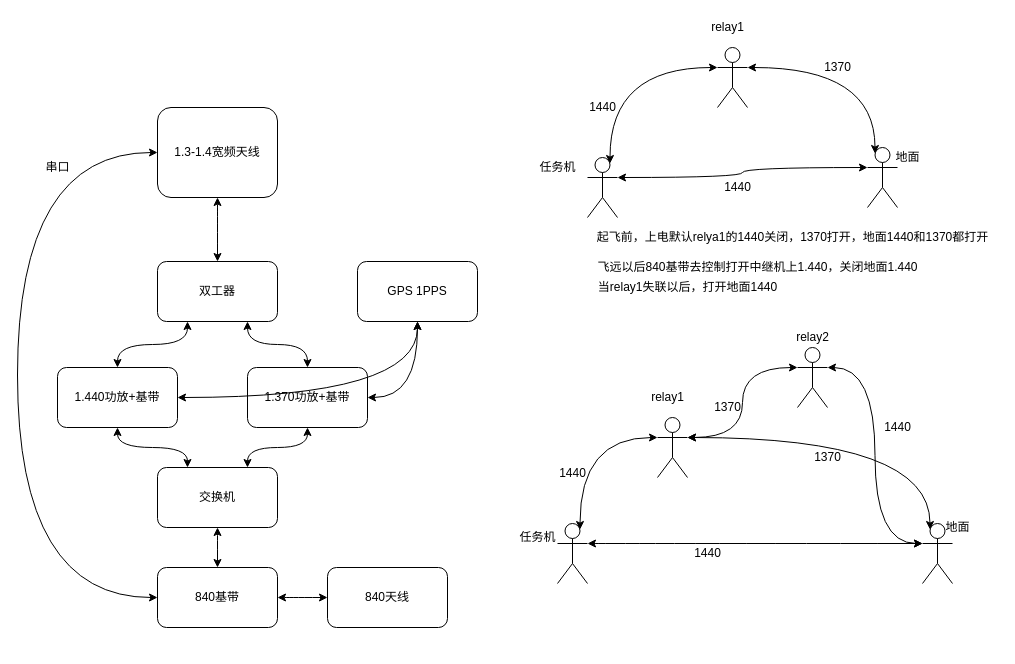
The draw.io diagram 双频跟踪天线.drawio in Momenttt/hellogithub, before the edit. Source tidied: cells renumbered, new cells numbered last; positions are measured from the earlier drawing's top-left corner, leaving out a move shared by most shapes. Both pictures are drawn from the tidied source at 100%, with x=0, y=0 at pixel (17, 17).
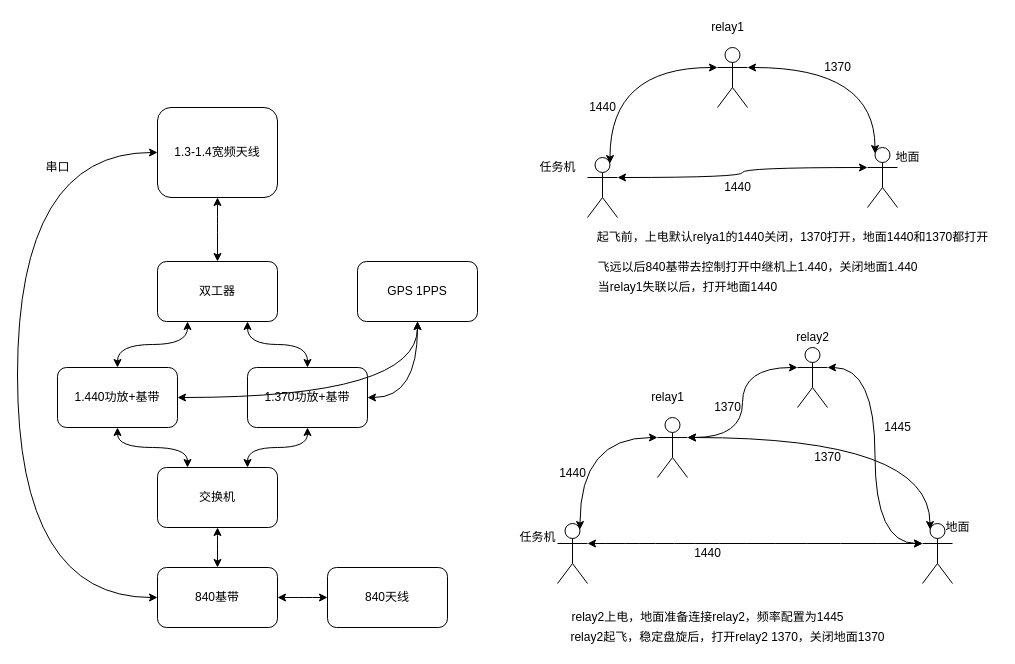
The same diagram, later.

Commit message:
Update 双频跟踪天线.drawio

Change to the diagram source:
```diff
@@
-    <mxCell id="49" value="1440" style="text;html=1;align=center;verticalAlign=middle;" parent="1" vertex="1">
+    <mxCell id="49" value="1445" style="text;html=1;align=center;verticalAlign=middle;" parent="1" vertex="1">
       <mxGeometry x="860" y="400" width="40" height="20" as="geometry" />
     </mxCell>
@@
+    <mxCell id="54" value="relay2上电，地面准备连接relay2，频率配置为1445" style="text;html=1;align=center;verticalAlign=middle;" parent="1" vertex="1">
+      <mxGeometry x="545" y="590" width="290" height="20" as="geometry" />
+    </mxCell>
+    <mxCell id="55" value="relay2起飞，稳定盘旋后，打开relay2 1370，关闭地面1370" style="text;html=1;align=center;verticalAlign=middle;" parent="1" vertex="1">
+      <mxGeometry x="545" y="610" width="330" height="20" as="geometry" />
+    </mxCell>
```
